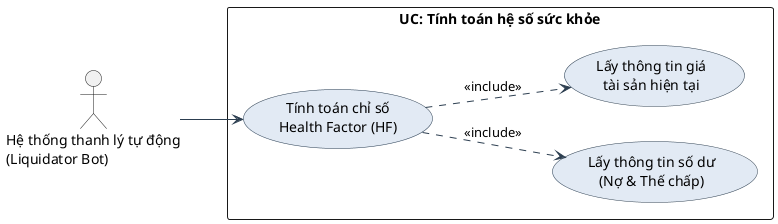
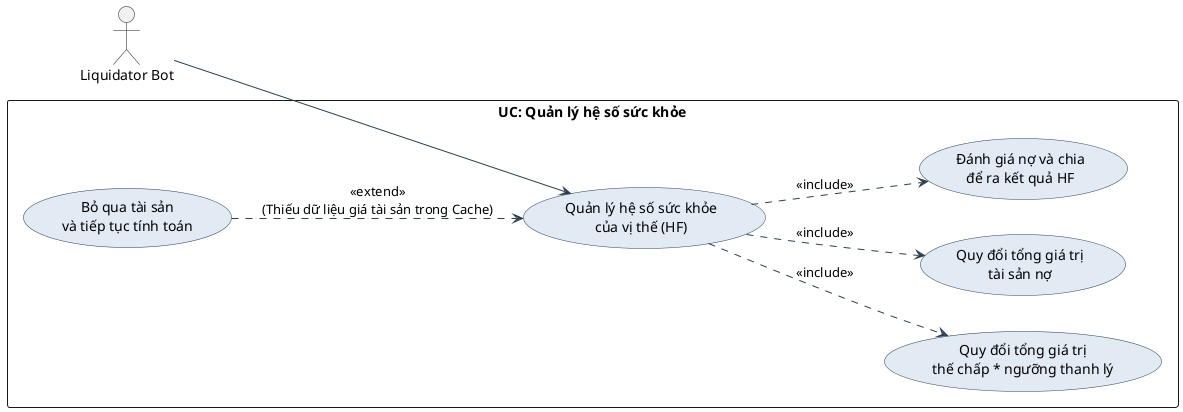
@startuml
skinparam packageStyle rectangle
skinparam backgroundColor #FFFFFF
skinparam usecase {
    BackgroundColor #E2EAF4
    BorderColor #2C3E50
    ArrowColor #2C3E50
    FontName Arial
}

left to right direction

- actor "Hệ thống thanh lý tự động\n(Liquidator Bot)" as Bot
+ actor "Liquidator Bot" as Bot

- rectangle "UC: Tính toán hệ số sức khỏe" {
+ rectangle "UC: Quản lý hệ số sức khỏe" {

-     usecase "Tính toán chỉ số\nHealth Factor (HF)" as UC01
+     usecase "Quản lý hệ số sức khỏe\ncủa vị thế (HF)" as UC01

-     usecase "Lấy thông tin số dư\n(Nợ & Thế chấp)" as Sub1
-     usecase "Lấy thông tin giá\ntài sản hiện tại" as Sub2
+     usecase "Quy đổi tổng giá trị\nthế chấp * ngưỡng thanh lý" as Sub1
+     usecase "Quy đổi tổng giá trị\ntài sản nợ" as Sub2
+     usecase "Đánh giá nợ và chia\nđể ra kết quả HF" as Sub3

+     usecase "Bỏ qua tài sản\nvà tiếp tục tính toán" as Ext1
}

Bot --> UC01

- ' Các nghiệp vụ bắt buộc phải có để tính được HF
+ ' Các luồng sự kiện chính
UC01 ..> Sub1 : <<include>>
UC01 ..> Sub2 : <<include>>
+ UC01 ..> Sub3 : <<include>>
+ 
+ ' Các luồng ngoại lệ / thay thế
+ Ext1 .down.> UC01 : <<extend>>\n(Thiếu dữ liệu giá tài sản trong Cache)

@enduml
